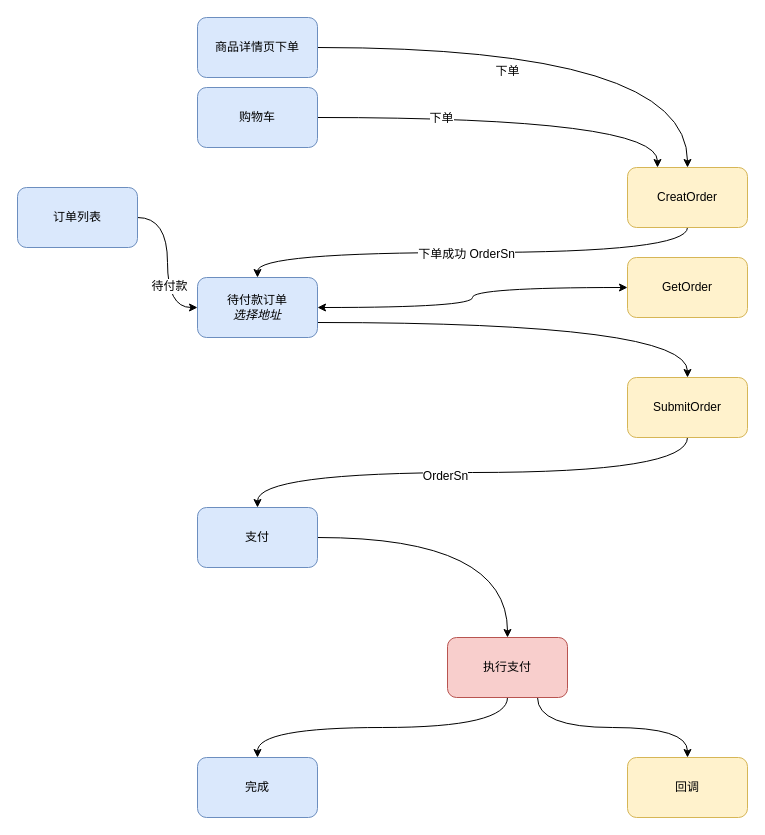
This is Untitled Diagram.drawio from xf-yang/test, a draw.io file, before an edit. Source tidied: cells renumbered, new cells numbered last; positions are measured from the earlier drawing's top-left corner, leaving out a move shared by most shapes. Both pictures are drawn from the tidied source at 100%, with x=0, y=0 at pixel (17, 17).
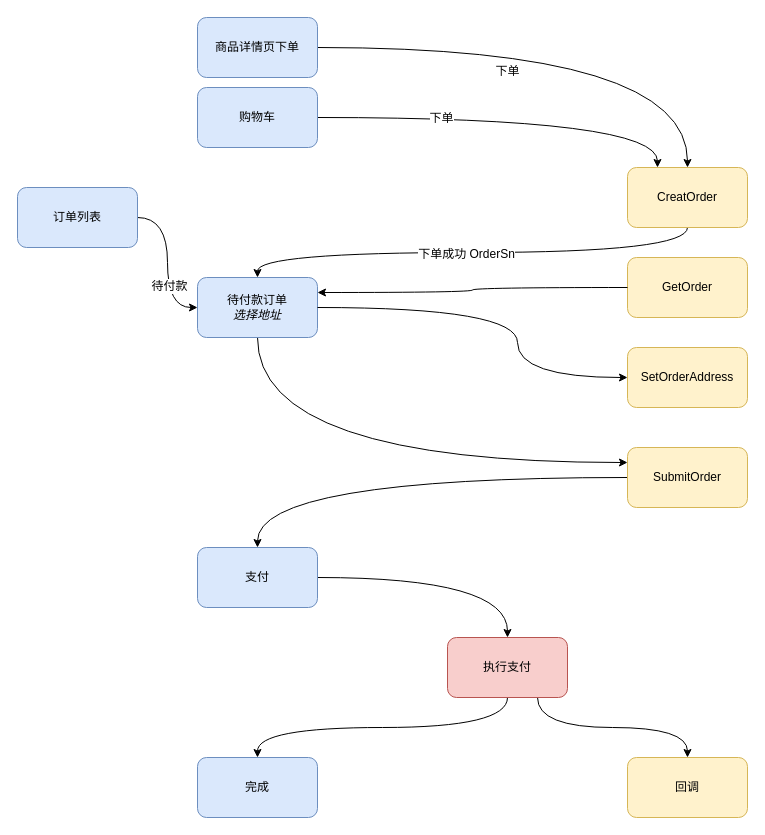
After the change.

The change refers to these unchanged cells:
```xml
<mxCell id="9" value="&lt;span&gt;待付款订单&lt;/span&gt;&lt;br&gt;&lt;i&gt;选择地址&lt;/i&gt;&lt;br&gt;" style="rounded=1;whiteSpace=wrap;html=1;fillColor=#dae8fc;strokeColor=#6c8ebf;" parent="1" vertex="1">
  <mxGeometry x="180" y="260" width="120" height="60" as="geometry" />
</mxCell>
<mxCell id="23" value="GetOrder&lt;br&gt;" style="rounded=1;whiteSpace=wrap;html=1;fillColor=#fff2cc;strokeColor=#d6b656;" parent="1" vertex="1">
  <mxGeometry x="610" y="240" width="120" height="60" as="geometry" />
</mxCell>
```

The edit, as a diff of the source:
```diff
@@
-    <mxCell id="8" style="edgeStyle=orthogonalEdgeStyle;rounded=0;jettySize=auto;html=1;curved=1;exitX=1;exitY=0.75;exitDx=0;exitDy=0;" parent="1" edge="1" source="9" target="12">
+    <mxCell id="8" style="edgeStyle=orthogonalEdgeStyle;rounded=0;jettySize=auto;html=1;curved=1;exitX=0.5;exitY=1;exitDx=0;exitDy=0;entryX=0;entryY=0.25;entryDx=0;entryDy=0;" parent="1" edge="1" source="9" target="12">
       <mxGeometry relative="1" as="geometry" />
     </mxCell>
@@
-    <mxCell id="10" style="edgeStyle=orthogonalEdgeStyle;rounded=0;jettySize=auto;html=1;curved=1;exitX=0.5;exitY=1;exitDx=0;exitDy=0;" parent="1" edge="1" source="12" target="17">
+    <mxCell id="10" style="edgeStyle=orthogonalEdgeStyle;curved=1;rounded=0;jettySize=auto;html=1;endArrow=classic;endFill=1;entryX=0.5;entryY=0;entryDx=0;entryDy=0;" parent="1" edge="1" source="12" target="17">
       <mxGeometry relative="1" as="geometry" />
     </mxCell>
-    <mxCell id="11" value="OrderSn&lt;br&gt;" style="text;html=1;align=center;verticalAlign=middle;labelBackgroundColor=#ffffff;" parent="10" vertex="1">
-      <mxGeometry x="0.11" y="3" relative="1" as="geometry" />
-    </mxCell>
     <mxCell id="12" value="SubmitOrder&lt;br&gt;" style="rounded=1;whiteSpace=wrap;html=1;fillColor=#fff2cc;strokeColor=#d6b656;" parent="1" vertex="1">
-      <mxGeometry x="610" y="360" width="120" height="60" as="geometry" />
+      <mxGeometry x="610" y="430" width="120" height="60" as="geometry" />
     </mxCell>
@@
     <mxCell id="17" value="支付" style="rounded=1;whiteSpace=wrap;html=1;fillColor=#dae8fc;strokeColor=#6c8ebf;" parent="1" vertex="1">
-      <mxGeometry x="180" y="490" width="120" height="60" as="geometry" />
+      <mxGeometry x="180" y="530" width="120" height="60" as="geometry" />
     </mxCell>
@@
-    <mxCell id="27" style="endArrow=classic;startArrow=classic;html=1;exitX=1;exitY=0.5;exitDx=0;exitDy=0;entryX=0;entryY=0.5;entryDx=0;entryDy=0;edgeStyle=orthogonalEdgeStyle;curved=1;" parent="1" edge="1" source="9" target="23">
+    <mxCell id="27" style="endArrow=none;startArrow=classic;html=1;exitX=1;exitY=0.25;exitDx=0;exitDy=0;entryX=0;entryY=0.5;entryDx=0;entryDy=0;edgeStyle=orthogonalEdgeStyle;curved=1;endFill=0;" parent="1" edge="1" source="9" target="23">
       <mxGeometry relative="1" as="geometry" />
     </mxCell>
+    <mxCell id="28" value="SetOrderAddress&lt;br&gt;" style="rounded=1;whiteSpace=wrap;html=1;fillColor=#fff2cc;strokeColor=#d6b656;" parent="1" vertex="1">
+      <mxGeometry x="610" y="330" width="120" height="60" as="geometry" />
+    </mxCell>
+    <mxCell id="29" style="endArrow=classic;html=1;exitX=1;exitY=0.5;exitDx=0;exitDy=0;entryX=0;entryY=0.5;entryDx=0;entryDy=0;edgeStyle=orthogonalEdgeStyle;curved=1;" parent="1" edge="1" source="9" target="28">
+      <mxGeometry relative="1" as="geometry">
+        <Array as="points">
+          <mxPoint x="500" y="290" />
+          <mxPoint x="500" y="360" />
+        </Array>
+      </mxGeometry>
+    </mxCell>
```
